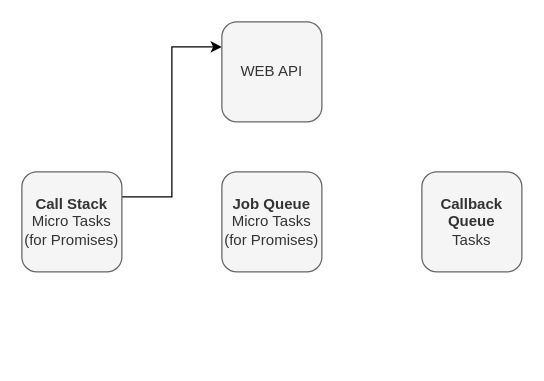
This is JsEventLoopV8.drawio from aste/diagrams, a draw.io file, before an edit. Source tidied: cells renumbered, new cells numbered last; positions are measured from the earlier drawing's top-left corner, leaving out a move shared by most shapes. Both pictures are drawn from the tidied source at 125%, with x=0, y=0 at pixel (21, 21).
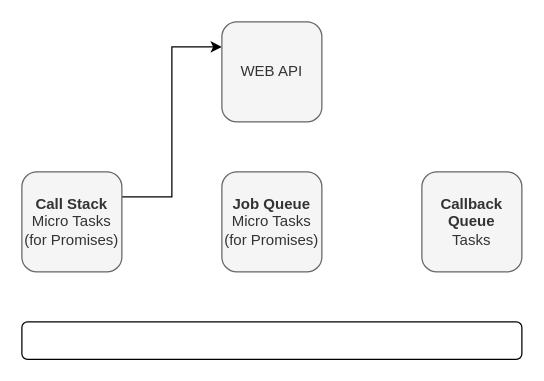
Above is the later version.

What changed in the source:
```diff
@@
 <mxGraphModel>
   <root>
     <mxCell id="0" />
     <mxCell id="1" parent="0" />
     <mxCell id="2" style="edgeStyle=orthogonalEdgeStyle;rounded=0;jettySize=auto;html=1;exitX=1;exitY=0.25;exitDx=0;exitDy=0;entryX=0;entryY=0.25;entryDx=0;entryDy=0;" parent="1" edge="1" source="3" target="6">
       <mxGeometry relative="1" as="geometry" />
     </mxCell>
     <mxCell id="3" value="&lt;b style=&quot;border-color: var(--border-color);&quot;&gt;Call Stack&lt;/b&gt;&lt;br style=&quot;border-color: var(--border-color);&quot;&gt;Micro Tasks&lt;br style=&quot;border-color: var(--border-color);&quot;&gt;(for Promises)" style="rounded=1;whiteSpace=wrap;html=1;fillColor=#f5f5f5;strokeColor=#666666;fontColor=#333333;flipH=0;" parent="1" vertex="1">
       <mxGeometry y="120" width="80" height="80" as="geometry" />
     </mxCell>
     <mxCell id="4" value="&lt;b&gt;Job Queue&lt;/b&gt;&lt;br&gt;Micro Tasks&lt;br&gt;(for Promises)" style="rounded=1;whiteSpace=wrap;html=1;fillColor=#f5f5f5;strokeColor=#666666;fontColor=#333333;flipH=0;" parent="1" vertex="1">
       <mxGeometry x="160" y="120" width="80" height="80" as="geometry" />
     </mxCell>
     <mxCell id="5" value="&lt;b style=&quot;border-color: var(--border-color);&quot;&gt;Callback Queue&lt;/b&gt;&lt;br style=&quot;border-color: var(--border-color);&quot;&gt;Tasks" style="rounded=1;whiteSpace=wrap;html=1;fillColor=#f5f5f5;strokeColor=#666666;fontColor=#333333;flipH=0;" parent="1" vertex="1">
       <mxGeometry x="320" y="120" width="80" height="80" as="geometry" />
     </mxCell>
     <mxCell id="6" value="WEB API" style="rounded=1;whiteSpace=wrap;html=1;fillColor=#f5f5f5;strokeColor=#666666;fontColor=#333333;" parent="1" vertex="1">
       <mxGeometry x="160" width="80" height="80" as="geometry" />
     </mxCell>
+    <mxCell id="7" style="rounded=1;whiteSpace=wrap;html=1;fillColor=none;" parent="1" vertex="1">
+      <mxGeometry y="240" width="400" height="30" as="geometry" />
+    </mxCell>
   </root>
 </mxGraphModel>
```
